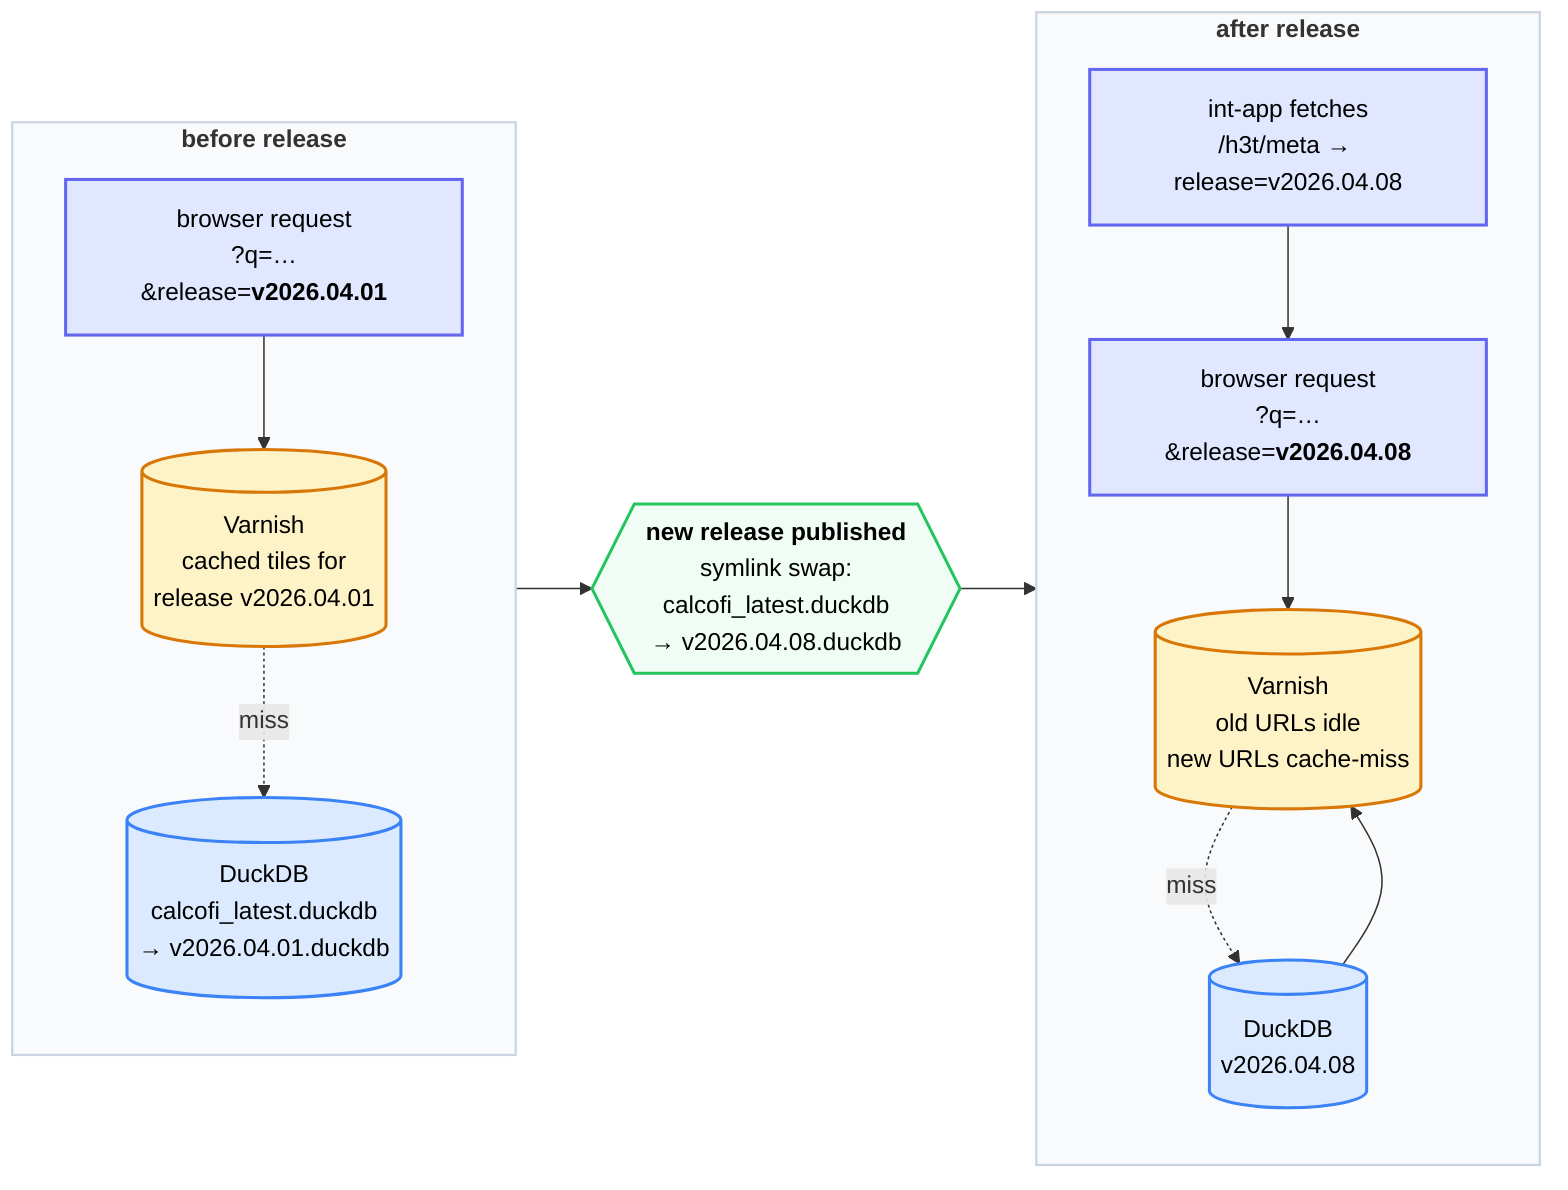
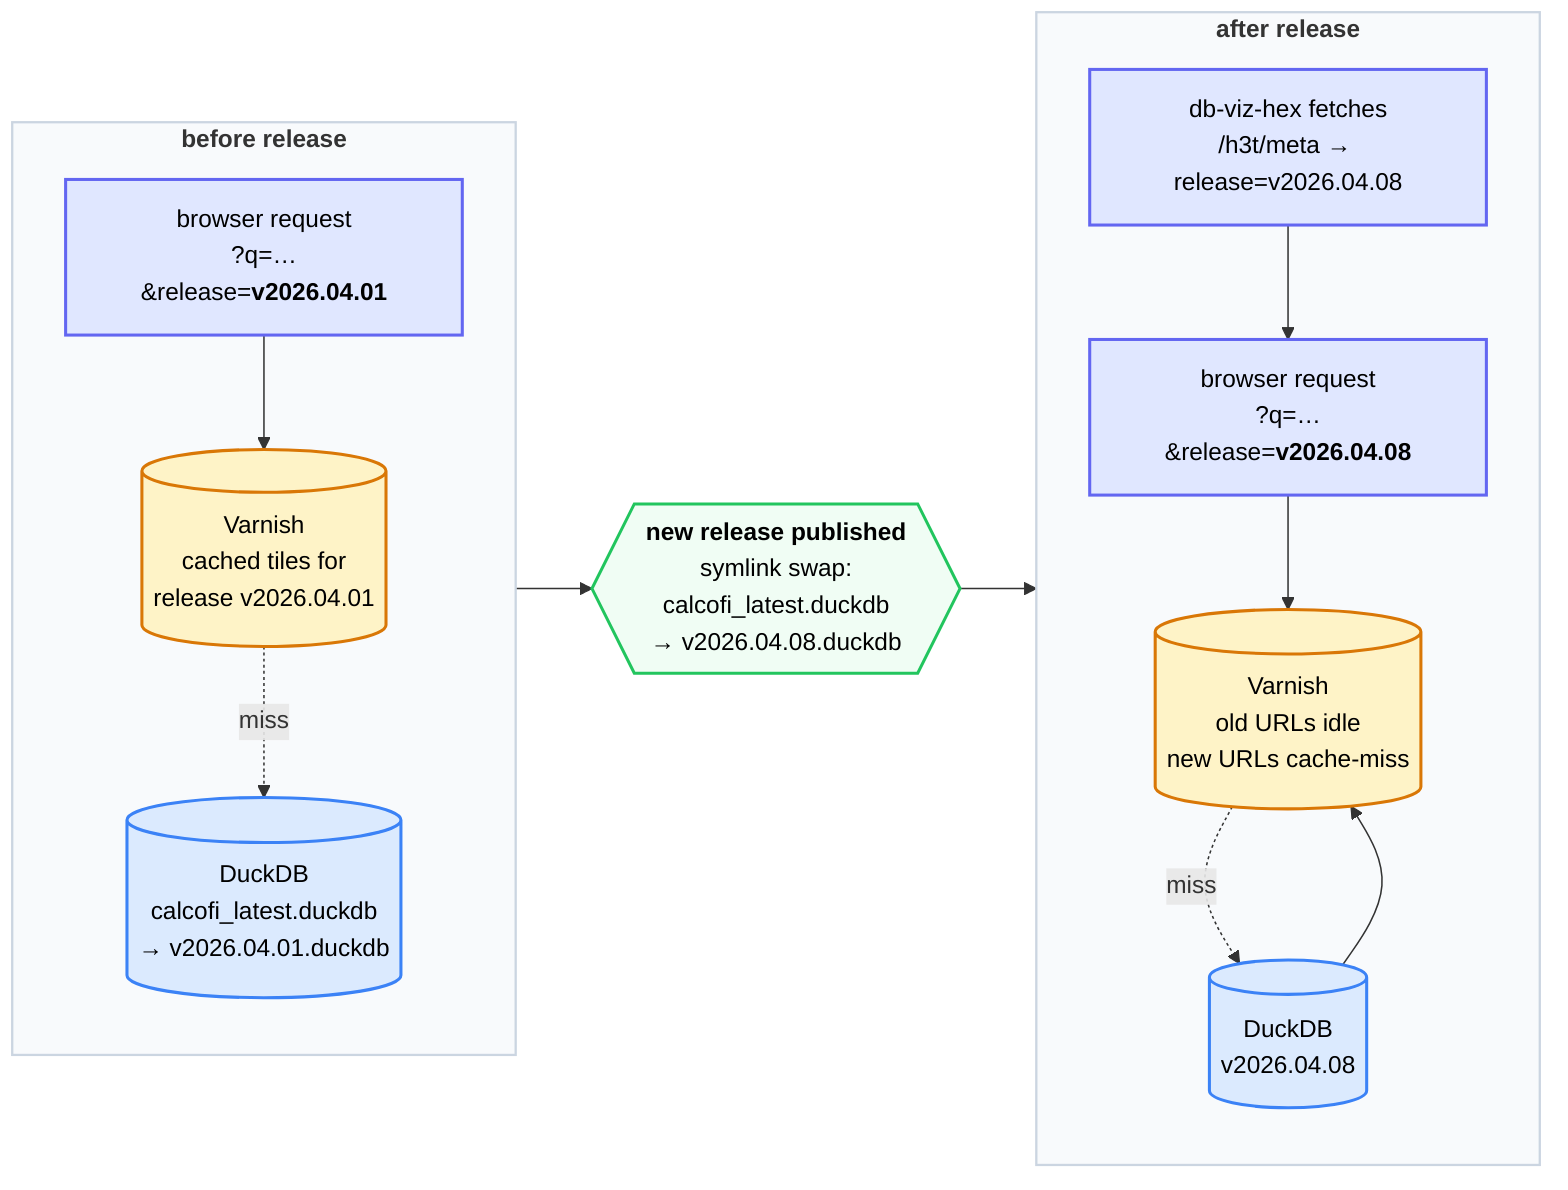
flowchart LR
  %% before release
  subgraph before["<b>before release</b>"]
    direction TB
    u1["browser request<br/>?q=…&release=<b>v2026.04.01</b>"]:::req
    c1[("Varnish<br/>cached tiles for<br/>release v2026.04.01")]:::cache
    db1[("DuckDB<br/>calcofi_latest.duckdb<br/>→ v2026.04.01.duckdb")]:::db
    u1 --> c1
    c1 -.miss.-> db1
  end

  %% release event
  rel{{"<b>new release published</b><br/>symlink swap:<br/>calcofi_latest.duckdb<br/>→ v2026.04.08.duckdb"}}:::event

  %% after release
  subgraph after["<b>after release</b>"]
    direction TB
-     meta["int-app fetches<br/>/h3t/meta → release=v2026.04.08"]:::req
+     meta["db-viz-hex fetches<br/>/h3t/meta → release=v2026.04.08"]:::req
    u2["browser request<br/>?q=…&release=<b>v2026.04.08</b>"]:::req
    c2[("Varnish<br/>old URLs idle<br/>new URLs cache-miss")]:::cache
    db2[("DuckDB<br/>v2026.04.08")]:::db
    meta --> u2
    u2 --> c2
    c2 -.miss.-> db2
    db2 --> c2
  end

  before --> rel --> after

  %% styles
  classDef req   fill:#E0E7FF,stroke:#6366F1,stroke-width:2px,color:#000
  classDef cache fill:#FEF3C7,stroke:#D97706,stroke-width:2px,color:#000
  classDef db    fill:#DBEAFE,stroke:#3B82F6,stroke-width:2px,color:#000
  classDef event fill:#F0FDF4,stroke:#22C55E,stroke-width:2px,color:#000

  style before fill:#F8FAFC,stroke:#CBD5E1,stroke-width:1.5px
  style after  fill:#F8FAFC,stroke:#CBD5E1,stroke-width:1.5px
